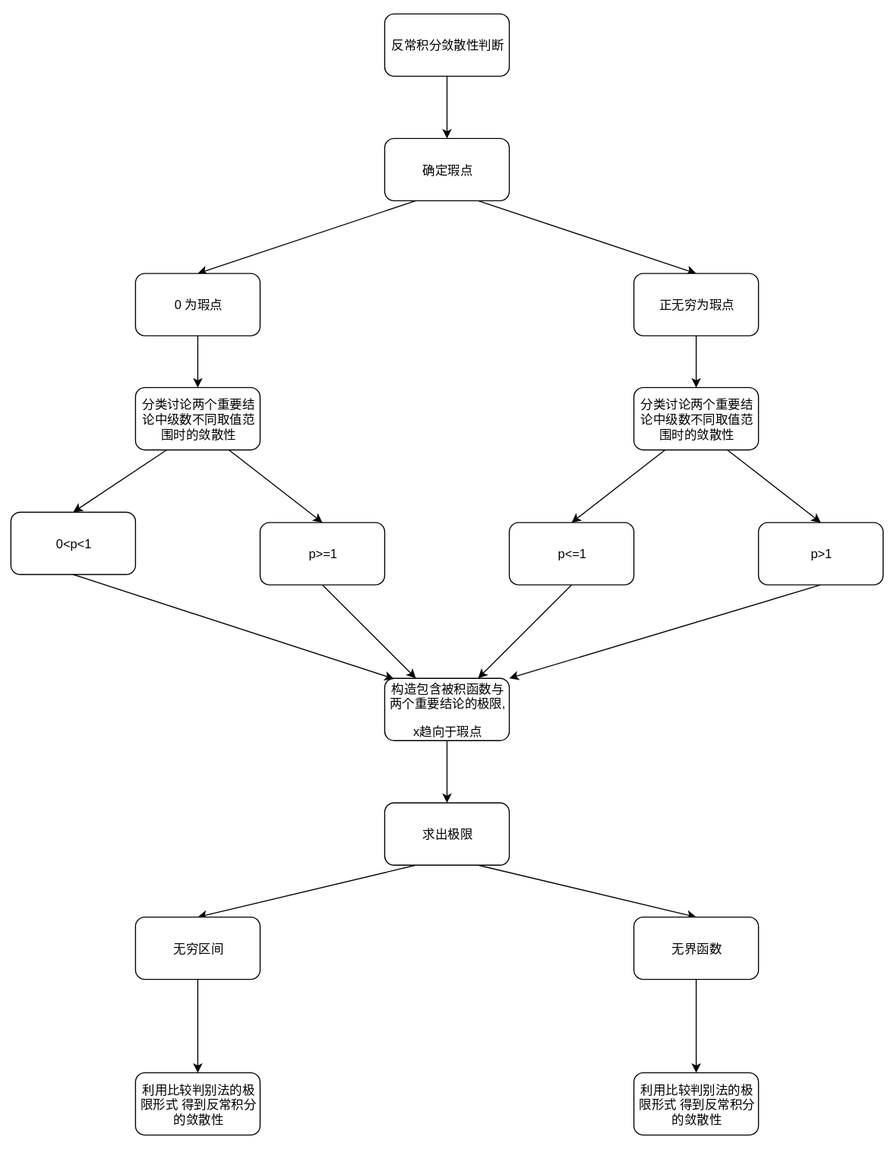
Before: 反常积分敛散性.svg, a diagram exported from draw.io (Sun8854/Obsidian-Graduate-Entrance-Exam-Mathematics-Notes). Source tidied: cells renumbered, new cells last; positions are measured from the earlier drawing's top-left corner, leaving out a move shared by most shapes. Source of this version:
```xml
<mxGraphModel>
  <root>
    <mxCell id="0" />
    <mxCell id="1" parent="0" />
    <mxCell id="2" style="edgeStyle=none;html=1;exitX=0.5;exitY=1;exitDx=0;exitDy=0;entryX=0.5;entryY=0;entryDx=0;entryDy=0;" parent="1" edge="1" source="3" target="6">
      <mxGeometry relative="1" as="geometry" />
    </mxCell>
    <mxCell id="3" value="反常积分敛散性判断" style="rounded=1;whiteSpace=wrap;html=1;" parent="1" vertex="1">
      <mxGeometry x="360" width="120" height="60" as="geometry" />
    </mxCell>
    <mxCell id="4" style="edgeStyle=none;html=1;exitX=0.25;exitY=1;exitDx=0;exitDy=0;entryX=0.5;entryY=0;entryDx=0;entryDy=0;" parent="1" edge="1" source="6" target="14">
      <mxGeometry relative="1" as="geometry" />
    </mxCell>
    <mxCell id="5" style="edgeStyle=none;html=1;exitX=0.75;exitY=1;exitDx=0;exitDy=0;entryX=0.5;entryY=0;entryDx=0;entryDy=0;" parent="1" edge="1" source="6" target="16">
      <mxGeometry relative="1" as="geometry" />
    </mxCell>
    <mxCell id="6" value="确定&lt;a style=&quot;background-color: initial;&quot; href=&quot;瑕点&quot; class=&quot;internal-link&quot;&gt;瑕点&lt;/a&gt;" style="rounded=1;whiteSpace=wrap;html=1;" parent="1" vertex="1">
      <mxGeometry x="360" y="120" width="120" height="60" as="geometry" />
    </mxCell>
    <mxCell id="7" style="edgeStyle=none;html=1;exitX=0.5;exitY=1;exitDx=0;exitDy=0;entryX=0.5;entryY=0;entryDx=0;entryDy=0;" parent="1" edge="1" source="8" target="28">
      <mxGeometry relative="1" as="geometry" />
    </mxCell>
    <mxCell id="8" value="&lt;p&gt;构造包含被积函数与&lt;a href=&quot;1-4. 一元函数积分学/1. 概念/反常积分.md#比较判别法的极限形式&quot; class=&quot;internal-link&quot; style=&quot;background-color: initial;&quot;&gt;两个重要结论&lt;/a&gt;的极限,&lt;/p&gt;&lt;p&gt;&lt;span style=&quot;background-color: initial;&quot;&gt;x趋向于瑕点&lt;/span&gt;&lt;/p&gt;&lt;p&gt;&lt;/p&gt;" style="rounded=1;whiteSpace=wrap;html=1;" parent="1" vertex="1">
      <mxGeometry x="360" y="640" width="120" height="60" as="geometry" />
    </mxCell>
    <mxCell id="9" style="edgeStyle=none;html=1;exitX=0.25;exitY=1;exitDx=0;exitDy=0;entryX=0.5;entryY=0;entryDx=0;entryDy=0;" parent="1" edge="1" source="11" target="12">
      <mxGeometry relative="1" as="geometry" />
    </mxCell>
    <mxCell id="10" style="edgeStyle=none;html=1;exitX=0.75;exitY=1;exitDx=0;exitDy=0;entryX=0.5;entryY=0;entryDx=0;entryDy=0;" parent="1" edge="1" source="11" target="21">
      <mxGeometry relative="1" as="geometry" />
    </mxCell>
    <mxCell id="11" value="分类讨论&lt;a href=&quot;1-4. 一元函数积分学/1. 概念/反常积分.md#比较判别法的极限形式&quot; class=&quot;internal-link&quot; style=&quot;background-color: initial;&quot;&gt;两个重要结论&lt;/a&gt;中级数不同取值范围时的敛散性" style="rounded=1;whiteSpace=wrap;html=1;" parent="1" vertex="1">
      <mxGeometry x="120" y="360" width="120" height="60" as="geometry" />
    </mxCell>
    <mxCell id="12" value="0&amp;lt;p&amp;lt;1" style="rounded=1;whiteSpace=wrap;html=1;" parent="1" vertex="1">
      <mxGeometry y="480" width="120" height="60" as="geometry" />
    </mxCell>
    <mxCell id="13" style="edgeStyle=none;html=1;exitX=0.5;exitY=1;exitDx=0;exitDy=0;entryX=0.5;entryY=0;entryDx=0;entryDy=0;" parent="1" edge="1" source="14" target="11">
      <mxGeometry relative="1" as="geometry" />
    </mxCell>
    <mxCell id="14" value="0 为瑕点" style="rounded=1;whiteSpace=wrap;html=1;" parent="1" vertex="1">
      <mxGeometry x="120" y="250" width="120" height="60" as="geometry" />
    </mxCell>
    <mxCell id="15" style="edgeStyle=none;html=1;exitX=0.5;exitY=1;exitDx=0;exitDy=0;entryX=0.5;entryY=0;entryDx=0;entryDy=0;" parent="1" edge="1" source="16" target="19">
      <mxGeometry relative="1" as="geometry" />
    </mxCell>
    <mxCell id="16" value="&lt;br&gt;&lt;p&gt;正无穷为瑕点&lt;/p&gt;&lt;br&gt;" style="rounded=1;whiteSpace=wrap;html=1;" parent="1" vertex="1">
      <mxGeometry x="600" y="250" width="120" height="60" as="geometry" />
    </mxCell>
    <mxCell id="17" style="edgeStyle=none;html=1;exitX=0.25;exitY=1;exitDx=0;exitDy=0;entryX=0.5;entryY=0;entryDx=0;entryDy=0;" parent="1" edge="1" source="19" target="23">
      <mxGeometry relative="1" as="geometry" />
    </mxCell>
    <mxCell id="18" style="edgeStyle=none;html=1;exitX=0.75;exitY=1;exitDx=0;exitDy=0;entryX=0.5;entryY=0;entryDx=0;entryDy=0;" parent="1" edge="1" source="19" target="25">
      <mxGeometry relative="1" as="geometry" />
    </mxCell>
    <mxCell id="19" value="分类讨论&lt;a href=&quot;[两个重要结论](1-4.%20一元函数积分学/1.%20概念/反常积分.md#比较判别法的极限形式)&quot; class=&quot;internal-link&quot; style=&quot;background-color: initial;&quot;&gt;两个重要结论&lt;/a&gt;中级数不同取值范围时的敛散性" style="rounded=1;whiteSpace=wrap;html=1;" parent="1" vertex="1">
      <mxGeometry x="600" y="360" width="120" height="60" as="geometry" />
    </mxCell>
    <mxCell id="20" style="edgeStyle=none;html=1;exitX=0.5;exitY=1;exitDx=0;exitDy=0;entryX=0.25;entryY=0;entryDx=0;entryDy=0;" parent="1" edge="1" source="21" target="8">
      <mxGeometry relative="1" as="geometry" />
    </mxCell>
    <mxCell id="21" value="p&amp;gt;=1" style="rounded=1;whiteSpace=wrap;html=1;" parent="1" vertex="1">
      <mxGeometry x="240" y="490" width="120" height="60" as="geometry" />
    </mxCell>
    <mxCell id="22" style="edgeStyle=none;html=1;exitX=0.5;exitY=1;exitDx=0;exitDy=0;entryX=0.75;entryY=0;entryDx=0;entryDy=0;" parent="1" edge="1" source="23" target="8">
      <mxGeometry relative="1" as="geometry" />
    </mxCell>
    <mxCell id="23" value="p&amp;lt;=1" style="rounded=1;whiteSpace=wrap;html=1;" parent="1" vertex="1">
      <mxGeometry x="480" y="490" width="120" height="60" as="geometry" />
    </mxCell>
    <mxCell id="24" style="edgeStyle=none;html=1;exitX=0.5;exitY=1;exitDx=0;exitDy=0;entryX=1;entryY=0;entryDx=0;entryDy=0;" parent="1" edge="1" source="25" target="8">
      <mxGeometry relative="1" as="geometry" />
    </mxCell>
    <mxCell id="25" value="p&amp;gt;1" style="rounded=1;whiteSpace=wrap;html=1;" parent="1" vertex="1">
      <mxGeometry x="720" y="490" width="120" height="60" as="geometry" />
    </mxCell>
    <mxCell id="26" style="edgeStyle=none;html=1;exitX=0.25;exitY=1;exitDx=0;exitDy=0;entryX=0.5;entryY=0;entryDx=0;entryDy=0;" parent="1" edge="1" source="28" target="30">
      <mxGeometry relative="1" as="geometry" />
    </mxCell>
    <mxCell id="27" style="edgeStyle=none;html=1;exitX=0.75;exitY=1;exitDx=0;exitDy=0;entryX=0.5;entryY=0;entryDx=0;entryDy=0;" parent="1" edge="1" source="28" target="32">
      <mxGeometry relative="1" as="geometry" />
    </mxCell>
    <mxCell id="28" value="求出极限" style="rounded=1;whiteSpace=wrap;html=1;" parent="1" vertex="1">
      <mxGeometry x="360" y="760" width="120" height="60" as="geometry" />
    </mxCell>
    <mxCell id="29" style="edgeStyle=none;html=1;exitX=0.5;exitY=1;exitDx=0;exitDy=0;entryX=0.5;entryY=0;entryDx=0;entryDy=0;" parent="1" edge="1" source="30" target="33">
      <mxGeometry relative="1" as="geometry" />
    </mxCell>
    <mxCell id="30" value="无穷区间" style="rounded=1;whiteSpace=wrap;html=1;" parent="1" vertex="1">
      <mxGeometry x="120" y="870" width="120" height="60" as="geometry" />
    </mxCell>
    <mxCell id="31" style="edgeStyle=none;html=1;exitX=0.5;exitY=1;exitDx=0;exitDy=0;entryX=0.5;entryY=0;entryDx=0;entryDy=0;" parent="1" edge="1" source="32" target="34">
      <mxGeometry relative="1" as="geometry" />
    </mxCell>
    <mxCell id="32" value="无界函数" style="rounded=1;whiteSpace=wrap;html=1;" parent="1" vertex="1">
      <mxGeometry x="600" y="870" width="120" height="60" as="geometry" />
    </mxCell>
    <mxCell id="33" value="利用&lt;a href=&quot;[反常积分](1-4.%20一元函数积分学/1.%20概念/反常积分.md#比较判别法)&quot; class=&quot;internal-link&quot; style=&quot;background-color: initial;&quot;&gt;比较判别法的极限形式&amp;nbsp;&lt;/a&gt;得到反常积分的敛散性" style="rounded=1;whiteSpace=wrap;html=1;" parent="1" vertex="1">
      <mxGeometry x="120" y="1020" width="120" height="60" as="geometry" />
    </mxCell>
    <mxCell id="34" value="利用&lt;a style=&quot;background-color: initial;&quot; class=&quot;internal-link&quot; href=&quot;[反常积分](1-4.%20一元函数积分学/1.%20概念/反常积分.md#比较判别法)&quot;&gt;比较判别法的极限形式&amp;nbsp;&lt;/a&gt;得到反常积分的敛散性" style="rounded=1;whiteSpace=wrap;html=1;" parent="1" vertex="1">
      <mxGeometry x="600" y="1020" width="120" height="60" as="geometry" />
    </mxCell>
    <mxCell id="35" style="edgeStyle=none;html=1;exitX=0.5;exitY=1;exitDx=0;exitDy=0;entryX=0.075;entryY=0.009;entryDx=0;entryDy=0;entryPerimeter=0;" parent="1" edge="1" source="12" target="8">
      <mxGeometry relative="1" as="geometry" />
    </mxCell>
  </root>
</mxGraphModel>
```
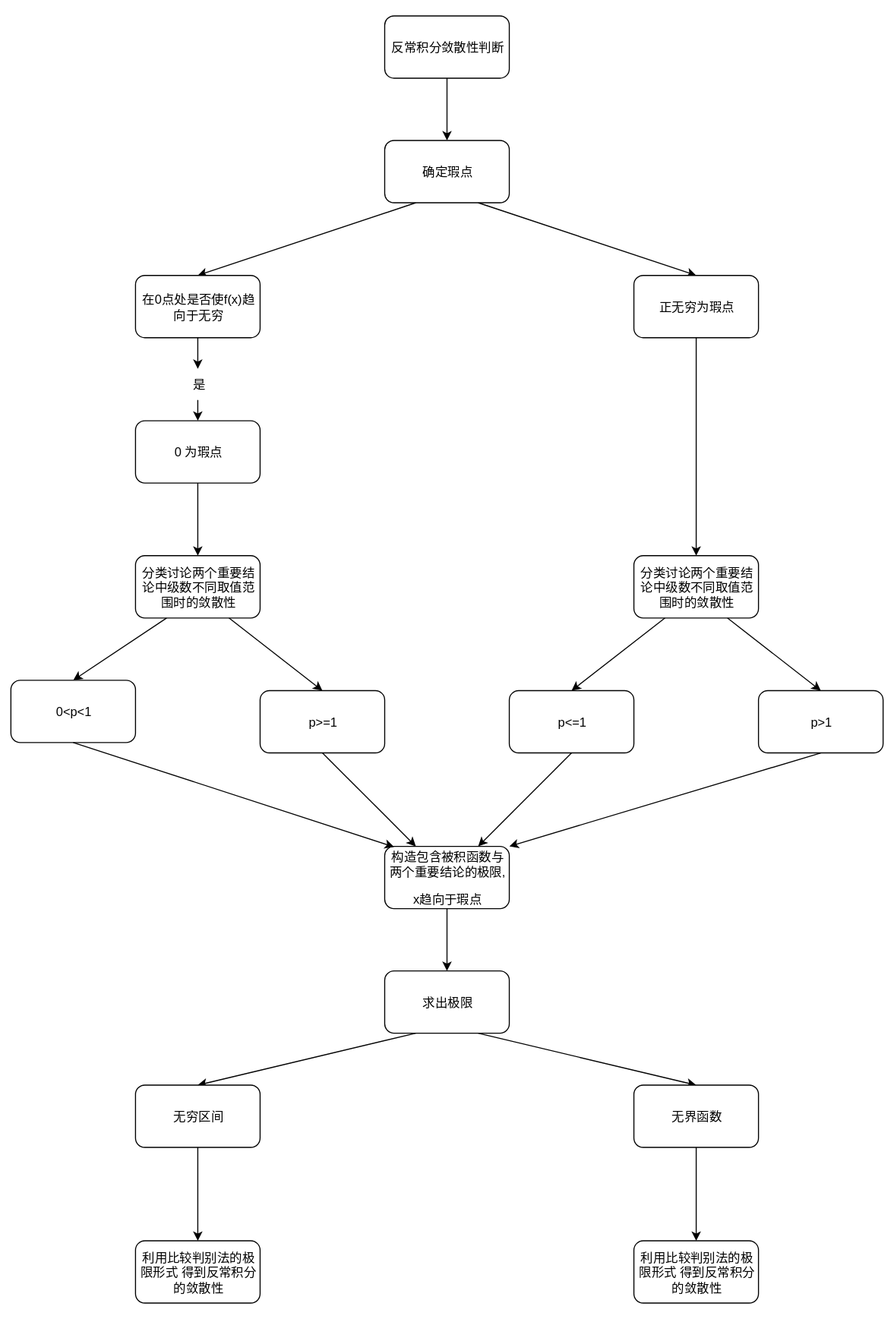
Later version of the same file.

Change to the diagram source:
```diff
@@ -6,16 +6,16 @@
       <mxGeometry relative="1" as="geometry" />
     </mxCell>
     <mxCell id="3" value="反常积分敛散性判断" style="rounded=1;whiteSpace=wrap;html=1;" parent="1" vertex="1">
-      <mxGeometry x="360" width="120" height="60" as="geometry" />
+      <mxGeometry x="360" y="-160" width="120" height="60" as="geometry" />
     </mxCell>
-    <mxCell id="4" style="edgeStyle=none;html=1;exitX=0.25;exitY=1;exitDx=0;exitDy=0;entryX=0.5;entryY=0;entryDx=0;entryDy=0;" parent="1" edge="1" source="6" target="14">
-      <mxGeometry relative="1" as="geometry" />
-    </mxCell>
     <mxCell id="5" style="edgeStyle=none;html=1;exitX=0.75;exitY=1;exitDx=0;exitDy=0;entryX=0.5;entryY=0;entryDx=0;entryDy=0;" parent="1" edge="1" source="6" target="16">
       <mxGeometry relative="1" as="geometry" />
     </mxCell>
+    <mxCell id="36" style="edgeStyle=none;html=1;exitX=0.25;exitY=1;exitDx=0;exitDy=0;entryX=0.5;entryY=0;entryDx=0;entryDy=0;" parent="1" edge="1" source="6" target="38">
+      <mxGeometry relative="1" as="geometry" />
+    </mxCell>
     <mxCell id="6" value="确定&lt;a style=&quot;background-color: initial;&quot; href=&quot;瑕点&quot; class=&quot;internal-link&quot;&gt;瑕点&lt;/a&gt;" style="rounded=1;whiteSpace=wrap;html=1;" parent="1" vertex="1">
-      <mxGeometry x="360" y="120" width="120" height="60" as="geometry" />
+      <mxGeometry x="360" y="-40" width="120" height="60" as="geometry" />
     </mxCell>
     <mxCell id="7" style="edgeStyle=none;html=1;exitX=0.5;exitY=1;exitDx=0;exitDy=0;entryX=0.5;entryY=0;entryDx=0;entryDy=0;" parent="1" edge="1" source="8" target="28">
       <mxGeometry relative="1" as="geometry" />
@@ -39,13 +39,13 @@
       <mxGeometry relative="1" as="geometry" />
     </mxCell>
     <mxCell id="14" value="0 为瑕点" style="rounded=1;whiteSpace=wrap;html=1;" parent="1" vertex="1">
-      <mxGeometry x="120" y="250" width="120" height="60" as="geometry" />
+      <mxGeometry x="120" y="230" width="120" height="60" as="geometry" />
     </mxCell>
     <mxCell id="15" style="edgeStyle=none;html=1;exitX=0.5;exitY=1;exitDx=0;exitDy=0;entryX=0.5;entryY=0;entryDx=0;entryDy=0;" parent="1" edge="1" source="16" target="19">
       <mxGeometry relative="1" as="geometry" />
     </mxCell>
     <mxCell id="16" value="&lt;br&gt;&lt;p&gt;正无穷为瑕点&lt;/p&gt;&lt;br&gt;" style="rounded=1;whiteSpace=wrap;html=1;" parent="1" vertex="1">
-      <mxGeometry x="600" y="250" width="120" height="60" as="geometry" />
+      <mxGeometry x="600" y="90" width="120" height="60" as="geometry" />
     </mxCell>
     <mxCell id="17" style="edgeStyle=none;html=1;exitX=0.25;exitY=1;exitDx=0;exitDy=0;entryX=0.5;entryY=0;entryDx=0;entryDy=0;" parent="1" edge="1" source="19" target="23">
       <mxGeometry relative="1" as="geometry" />
@@ -104,5 +104,17 @@
     <mxCell id="35" style="edgeStyle=none;html=1;exitX=0.5;exitY=1;exitDx=0;exitDy=0;entryX=0.075;entryY=0.009;entryDx=0;entryDy=0;entryPerimeter=0;" parent="1" edge="1" source="12" target="8">
       <mxGeometry relative="1" as="geometry" />
     </mxCell>
+    <mxCell id="37" style="edgeStyle=none;html=1;exitX=0.5;exitY=1;exitDx=0;exitDy=0;entryX=0.5;entryY=0;entryDx=0;entryDy=0;" parent="1" edge="1" source="40" target="14">
+      <mxGeometry relative="1" as="geometry" />
+    </mxCell>
+    <mxCell id="38" value="在0点处是否使f(x)趋向于无穷" style="rounded=1;whiteSpace=wrap;html=1;" parent="1" vertex="1">
+      <mxGeometry x="120" y="90" width="120" height="60" as="geometry" />
+    </mxCell>
+    <mxCell id="39" style="edgeStyle=none;html=1;exitX=0.5;exitY=1;exitDx=0;exitDy=0;entryX=0.5;entryY=0;entryDx=0;entryDy=0;" parent="1" edge="1" source="38" target="40">
+      <mxGeometry relative="1" as="geometry" />
+    </mxCell>
+    <mxCell id="40" value="是" style="text;html=1;align=center;verticalAlign=middle;points=[];strokeColor=none;fillColor=none;" parent="1" vertex="1">
+      <mxGeometry x="160" y="180" width="40" height="30" as="geometry" />
+    </mxCell>
   </root>
 </mxGraphModel>
```
